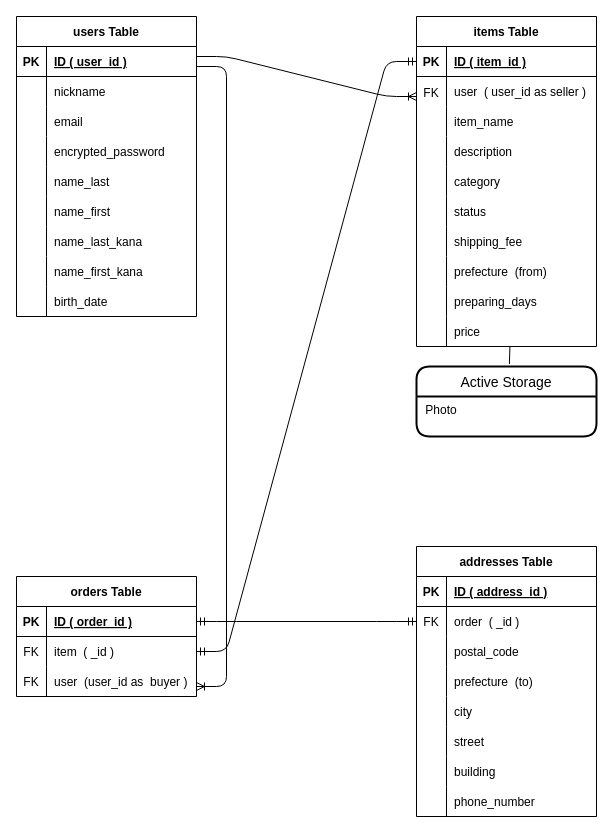
The draw.io diagram ER.dio in Koi115/furima-39258, before the edit. Source tidied: cells renumbered, new cells numbered last; positions are measured from the earlier drawing's top-left corner, leaving out a move shared by most shapes. Both pictures are drawn from the tidied source at 100%, with x=0, y=0 at pixel (16, 16).
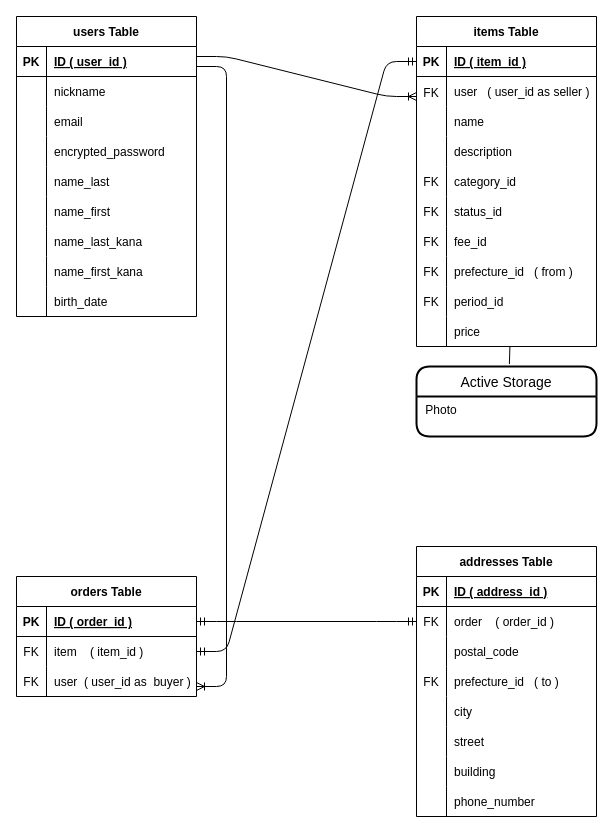
The same page after the edit.

Unchanged cells that the change refers to:
```xml
<mxCell id="34" style="shape=tableRow;horizontal=0;startSize=0;swimlaneHead=0;swimlaneBody=0;fillColor=none;top=0;left=0;right=0;bottom=0;" parent="30" vertex="1">
  <mxGeometry y="60" width="180" height="30" as="geometry" />
</mxCell>
<mxCell id="37" style="shape=tableRow;horizontal=0;startSize=0;swimlaneHead=0;swimlaneBody=0;fillColor=none;top=0;left=0;right=0;bottom=0;" parent="30" vertex="1">
  <mxGeometry y="90" width="180" height="30" as="geometry" />
</mxCell>
<mxCell id="43" style="shape=tableRow;horizontal=0;startSize=0;swimlaneHead=0;swimlaneBody=0;fillColor=none;top=0;left=0;right=0;bottom=0;" parent="30" vertex="1">
  <mxGeometry y="150" width="180" height="30" as="geometry" />
</mxCell>
<mxCell id="46" style="shape=tableRow;horizontal=0;startSize=0;swimlaneHead=0;swimlaneBody=0;fillColor=none;top=0;left=0;right=0;bottom=0;" parent="30" vertex="1">
  <mxGeometry y="180" width="180" height="30" as="geometry" />
</mxCell>
<mxCell id="49" style="shape=tableRow;horizontal=0;startSize=0;swimlaneHead=0;swimlaneBody=0;fillColor=none;top=0;left=0;right=0;bottom=0;" parent="30" vertex="1">
  <mxGeometry y="210" width="180" height="30" as="geometry" />
</mxCell>
<mxCell id="52" style="shape=tableRow;horizontal=0;startSize=0;swimlaneHead=0;swimlaneBody=0;fillColor=none;top=0;left=0;right=0;bottom=0;" parent="30" vertex="1">
  <mxGeometry y="240" width="180" height="30" as="geometry" />
</mxCell>
<mxCell id="55" style="shape=tableRow;horizontal=0;startSize=0;swimlaneHead=0;swimlaneBody=0;fillColor=none;top=0;left=0;right=0;bottom=0;" parent="30" vertex="1">
  <mxGeometry y="270" width="180" height="30" as="geometry" />
</mxCell>
<mxCell id="68" style="shape=tableRow;horizontal=0;startSize=0;swimlaneHead=0;swimlaneBody=0;fillColor=none;points=[[0,0.5],[1,0.5]];portConstraint=eastwest;top=0;left=0;right=0;bottom=0;" parent="64" vertex="1">
  <mxGeometry y="60" width="180" height="30" as="geometry" />
</mxCell>
<mxCell id="71" style="shape=tableRow;horizontal=0;startSize=0;swimlaneHead=0;swimlaneBody=0;fillColor=none;points=[[0,0.5],[1,0.5]];portConstraint=eastwest;top=0;left=0;right=0;bottom=0;" parent="64" vertex="1">
  <mxGeometry y="90" width="180" height="30" as="geometry" />
</mxCell>
<mxCell id="78" style="shape=tableRow;horizontal=0;startSize=0;swimlaneHead=0;swimlaneBody=0;fillColor=none;points=[[0,0.5],[1,0.5]];portConstraint=eastwest;top=0;left=0;right=0;bottom=0;" parent="74" vertex="1">
  <mxGeometry y="60" width="180" height="30" as="geometry" />
</mxCell>
<mxCell id="84" style="shape=tableRow;horizontal=0;startSize=0;swimlaneHead=0;swimlaneBody=0;fillColor=none;top=0;left=0;right=0;bottom=0;" parent="74" vertex="1">
  <mxGeometry y="120" width="180" height="30" as="geometry" />
</mxCell>
```

What changed in the source:
```diff
@@
-    <mxCell id="36" value="user  ( user_id as seller )" style="shape=partialRectangle;fillColor=none;top=0;left=0;bottom=0;right=0;align=left;spacingLeft=6;overflow=hidden;" parent="34" vertex="1">
+    <mxCell id="36" value="user   ( user_id as seller )" style="shape=partialRectangle;fillColor=none;top=0;left=0;bottom=0;right=0;align=left;spacingLeft=6;overflow=hidden;" parent="34" vertex="1">
       <mxGeometry x="30" width="150" height="30" as="geometry" />
     </mxCell>
@@
-    <mxCell id="39" value="item_name" style="shape=partialRectangle;fillColor=none;top=0;left=0;bottom=0;right=0;align=left;spacingLeft=6;overflow=hidden;" parent="37" vertex="1">
+    <mxCell id="39" value="name" style="shape=partialRectangle;fillColor=none;top=0;left=0;bottom=0;right=0;align=left;spacingLeft=6;overflow=hidden;" parent="37" vertex="1">
       <mxGeometry x="30" width="150" height="30" as="geometry" />
     </mxCell>
@@
-    <mxCell id="44" style="shape=partialRectangle;fillColor=none;top=0;left=0;bottom=0;right=0;fontStyle=0;overflow=hidden;" parent="43" vertex="1">
+    <mxCell id="44" value="FK" style="shape=partialRectangle;fillColor=none;top=0;left=0;bottom=0;right=0;fontStyle=0;overflow=hidden;" parent="43" vertex="1">
       <mxGeometry width="30" height="30" as="geometry" />
     </mxCell>
-    <mxCell id="45" value="category " style="shape=partialRectangle;fillColor=none;top=0;left=0;bottom=0;right=0;align=left;spacingLeft=6;fontStyle=0;overflow=hidden;" parent="43" vertex="1">
+    <mxCell id="45" value="category_id" style="shape=partialRectangle;fillColor=none;top=0;left=0;bottom=0;right=0;align=left;spacingLeft=6;fontStyle=0;overflow=hidden;" parent="43" vertex="1">
       <mxGeometry x="30" width="150" height="30" as="geometry" />
     </mxCell>
@@
-    <mxCell id="47" style="shape=partialRectangle;fillColor=none;top=0;left=0;bottom=0;right=0;fontStyle=0;overflow=hidden;" parent="46" vertex="1">
+    <mxCell id="47" value="FK" style="shape=partialRectangle;fillColor=none;top=0;left=0;bottom=0;right=0;fontStyle=0;overflow=hidden;" parent="46" vertex="1">
       <mxGeometry width="30" height="30" as="geometry" />
     </mxCell>
-    <mxCell id="48" value="status" style="shape=partialRectangle;fillColor=none;top=0;left=0;bottom=0;right=0;align=left;spacingLeft=6;fontStyle=0;overflow=hidden;" parent="46" vertex="1">
+    <mxCell id="48" value="status_id" style="shape=partialRectangle;fillColor=none;top=0;left=0;bottom=0;right=0;align=left;spacingLeft=6;fontStyle=0;overflow=hidden;" parent="46" vertex="1">
       <mxGeometry x="30" width="150" height="30" as="geometry" />
     </mxCell>
@@
-    <mxCell id="50" style="shape=partialRectangle;fillColor=none;top=0;left=0;bottom=0;right=0;fontStyle=0;overflow=hidden;" parent="49" vertex="1">
+    <mxCell id="50" value="FK" style="shape=partialRectangle;fillColor=none;top=0;left=0;bottom=0;right=0;fontStyle=0;overflow=hidden;" parent="49" vertex="1">
       <mxGeometry width="30" height="30" as="geometry" />
     </mxCell>
-    <mxCell id="51" value="shipping_fee" style="shape=partialRectangle;fillColor=none;top=0;left=0;bottom=0;right=0;align=left;spacingLeft=6;fontStyle=0;overflow=hidden;" parent="49" vertex="1">
+    <mxCell id="51" value="fee_id" style="shape=partialRectangle;fillColor=none;top=0;left=0;bottom=0;right=0;align=left;spacingLeft=6;fontStyle=0;overflow=hidden;" parent="49" vertex="1">
       <mxGeometry x="30" width="150" height="30" as="geometry" />
     </mxCell>
@@
-    <mxCell id="53" style="shape=partialRectangle;fillColor=none;top=0;left=0;bottom=0;right=0;fontStyle=0;overflow=hidden;" parent="52" vertex="1">
+    <mxCell id="53" value="FK" style="shape=partialRectangle;fillColor=none;top=0;left=0;bottom=0;right=0;fontStyle=0;overflow=hidden;" parent="52" vertex="1">
       <mxGeometry width="30" height="30" as="geometry" />
     </mxCell>
-    <mxCell id="54" value="prefecture  (from)" style="shape=partialRectangle;fillColor=none;top=0;left=0;bottom=0;right=0;align=left;spacingLeft=6;fontStyle=0;overflow=hidden;" parent="52" vertex="1">
+    <mxCell id="54" value="prefecture_id   ( from )" style="shape=partialRectangle;fillColor=none;top=0;left=0;bottom=0;right=0;align=left;spacingLeft=6;fontStyle=0;overflow=hidden;" parent="52" vertex="1">
       <mxGeometry x="30" width="150" height="30" as="geometry" />
     </mxCell>
@@
-    <mxCell id="56" style="shape=partialRectangle;fillColor=none;top=0;left=0;bottom=0;right=0;fontStyle=0;overflow=hidden;" parent="55" vertex="1">
+    <mxCell id="56" value="FK" style="shape=partialRectangle;fillColor=none;top=0;left=0;bottom=0;right=0;fontStyle=0;overflow=hidden;" parent="55" vertex="1">
       <mxGeometry width="30" height="30" as="geometry" />
     </mxCell>
-    <mxCell id="57" value="preparing_days" style="shape=partialRectangle;fillColor=none;top=0;left=0;bottom=0;right=0;align=left;spacingLeft=6;fontStyle=0;overflow=hidden;" parent="55" vertex="1">
+    <mxCell id="57" value="period_id" style="shape=partialRectangle;fillColor=none;top=0;left=0;bottom=0;right=0;align=left;spacingLeft=6;fontStyle=0;overflow=hidden;" parent="55" vertex="1">
       <mxGeometry x="30" width="150" height="30" as="geometry" />
     </mxCell>
@@
-    <mxCell id="70" value="item  ( _id )" style="shape=partialRectangle;fillColor=none;top=0;left=0;bottom=0;right=0;align=left;spacingLeft=6;fontStyle=0;overflow=hidden;" parent="68" vertex="1">
+    <mxCell id="70" value="item    ( item_id )" style="shape=partialRectangle;fillColor=none;top=0;left=0;bottom=0;right=0;align=left;spacingLeft=6;fontStyle=0;overflow=hidden;" parent="68" vertex="1">
       <mxGeometry x="30" width="150" height="30" as="geometry" />
     </mxCell>
@@
-    <mxCell id="73" value="user  (user_id as  buyer )" style="shape=partialRectangle;fillColor=none;top=0;left=0;bottom=0;right=0;align=left;spacingLeft=6;fontStyle=0;overflow=hidden;" parent="71" vertex="1">
+    <mxCell id="73" value="user  ( user_id as  buyer )" style="shape=partialRectangle;fillColor=none;top=0;left=0;bottom=0;right=0;align=left;spacingLeft=6;fontStyle=0;overflow=hidden;" parent="71" vertex="1">
       <mxGeometry x="30" width="150" height="30" as="geometry" />
     </mxCell>
@@
-    <mxCell id="80" value="order  ( _id )" style="shape=partialRectangle;fillColor=none;top=0;left=0;bottom=0;right=0;align=left;spacingLeft=6;fontStyle=0;overflow=hidden;" parent="78" vertex="1">
+    <mxCell id="80" value="order    ( order_id )" style="shape=partialRectangle;fillColor=none;top=0;left=0;bottom=0;right=0;align=left;spacingLeft=6;fontStyle=0;overflow=hidden;" parent="78" vertex="1">
       <mxGeometry x="30" width="150" height="30" as="geometry" />
     </mxCell>
@@
-    <mxCell id="85" style="shape=partialRectangle;fillColor=none;top=0;left=0;bottom=0;right=0;fontStyle=0;overflow=hidden;" parent="84" vertex="1">
+    <mxCell id="85" value="FK" style="shape=partialRectangle;fillColor=none;top=0;left=0;bottom=0;right=0;fontStyle=0;overflow=hidden;" parent="84" vertex="1">
       <mxGeometry width="30" height="30" as="geometry" />
     </mxCell>
-    <mxCell id="86" value="prefecture  (to)" style="shape=partialRectangle;fillColor=none;top=0;left=0;bottom=0;right=0;align=left;spacingLeft=6;fontStyle=0;overflow=hidden;" parent="84" vertex="1">
+    <mxCell id="86" value="prefecture_id   ( to )" style="shape=partialRectangle;fillColor=none;top=0;left=0;bottom=0;right=0;align=left;spacingLeft=6;fontStyle=0;overflow=hidden;" parent="84" vertex="1">
       <mxGeometry x="30" width="150" height="30" as="geometry" />
     </mxCell>
```
